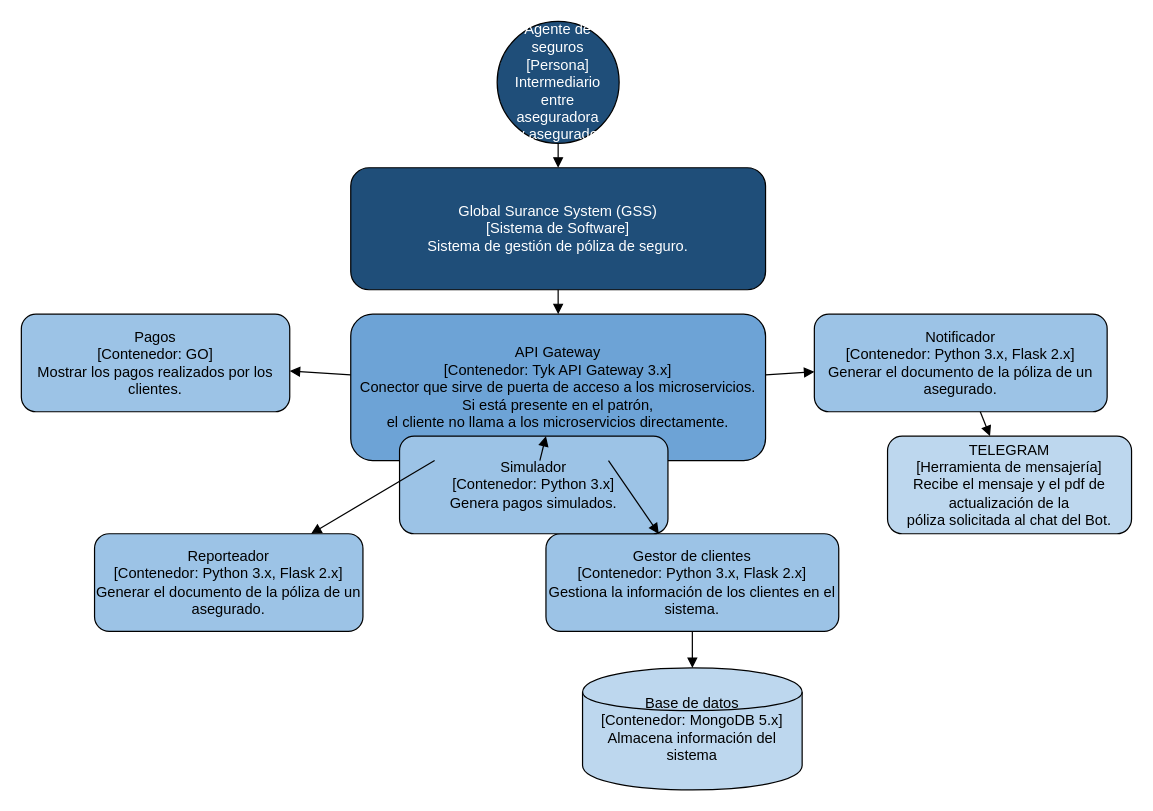
Earlier version of the draw.io diagram docs/elementos.drawio (AngelJanvier01/docker-microservicios). Source tidied: cells renumbered, new cells numbered last; positions are measured from the earlier drawing's top-left corner, leaving out a move shared by most shapes. Both pictures are drawn from the tidied source at 122%, with x=0, y=0 at pixel (21, 21).
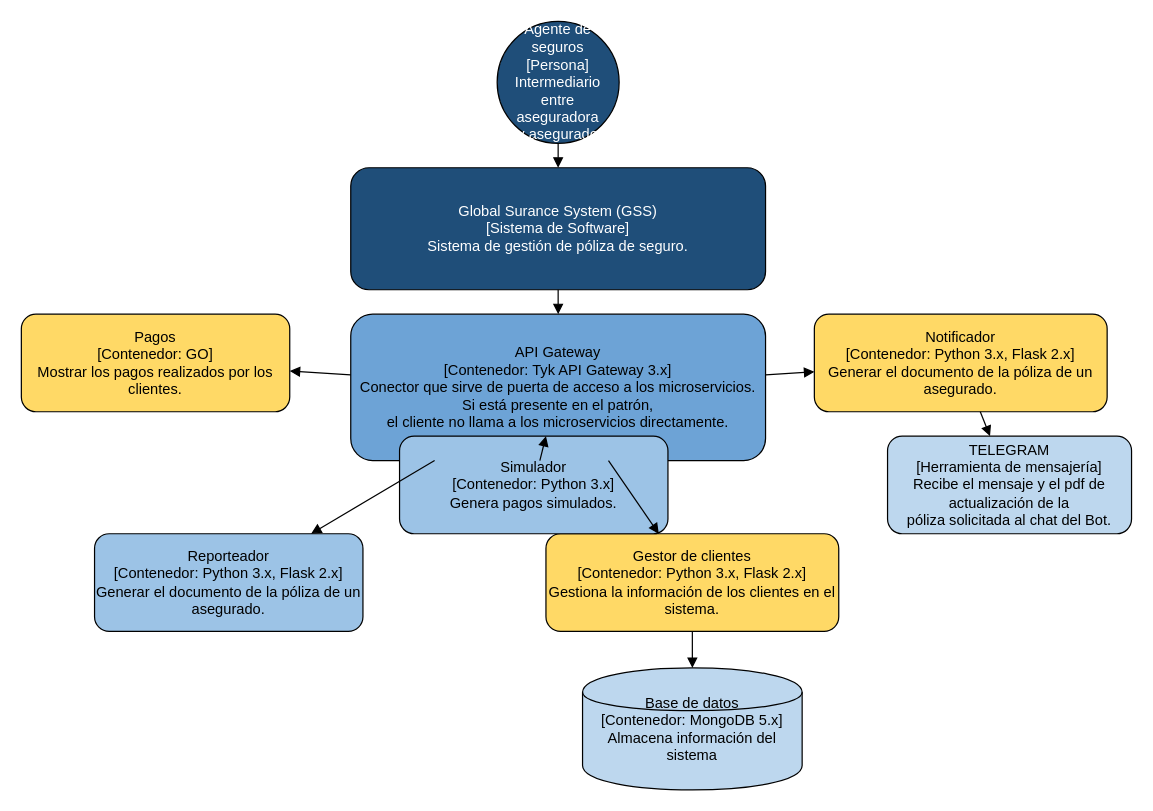
The same diagram, later.

Change to the diagram source:
```diff
@@
-    <mxCell id="5" value="Pagos&#10;[Contenedor: GO]&#10;Mostrar los pagos realizados por los clientes." style="rounded=1;whiteSpace=wrap;html=1;fillColor=#9CC3E6;" parent="1" vertex="1">
+    <mxCell id="5" value="Pagos&#10;[Contenedor: GO]&#10;Mostrar los pagos realizados por los clientes." style="rounded=1;whiteSpace=wrap;html=1;fillColor=#FFD966;" parent="1" vertex="1">
       <mxGeometry y="240" width="220" height="80" as="geometry" />
     </mxCell>
@@
-    <mxCell id="7" value="Gestor de clientes&#10;[Contenedor: Python 3.x, Flask 2.x]&#10;Gestiona la información de los clientes en el sistema." style="rounded=1;whiteSpace=wrap;html=1;fillColor=#9CC3E6;" parent="1" vertex="1">
+    <mxCell id="7" value="Gestor de clientes&#10;[Contenedor: Python 3.x, Flask 2.x]&#10;Gestiona la información de los clientes en el sistema." style="rounded=1;whiteSpace=wrap;html=1;fillColor=#FFD966;" parent="1" vertex="1">
       <mxGeometry x="430" y="420" width="240" height="80" as="geometry" />
     </mxCell>
@@
-    <mxCell id="9" value="Notificador&#10;[Contenedor: Python 3.x, Flask 2.x]&#10;Generar el documento de la póliza de un asegurado." style="rounded=1;whiteSpace=wrap;html=1;fillColor=#9CC3E6;" parent="1" vertex="1">
+    <mxCell id="9" value="Notificador&#10;[Contenedor: Python 3.x, Flask 2.x]&#10;Generar el documento de la póliza de un asegurado." style="rounded=1;whiteSpace=wrap;html=1;fillColor=#FFD966;" parent="1" vertex="1">
       <mxGeometry x="650" y="240" width="240" height="80" as="geometry" />
     </mxCell>
```
